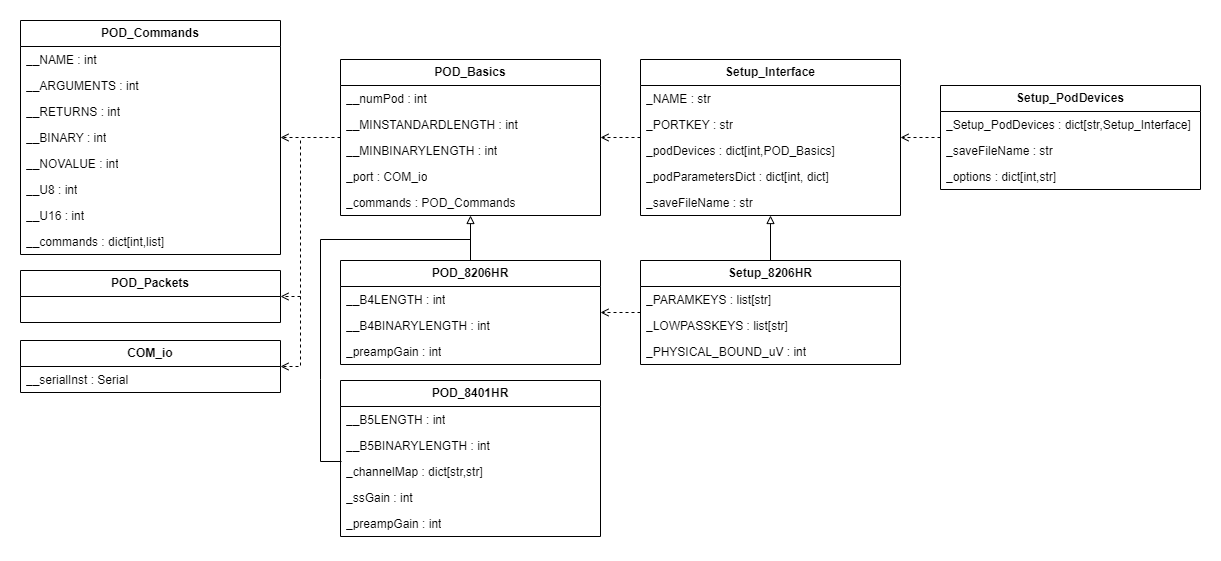
Before: Documents/UML-class-diagram.png, a diagram exported from draw.io (Pinnacle-Technology-Inc/Morelia). Source tidied: cells renumbered, new cells last; positions are measured from the earlier drawing's top-left corner, leaving out a move shared by most shapes.
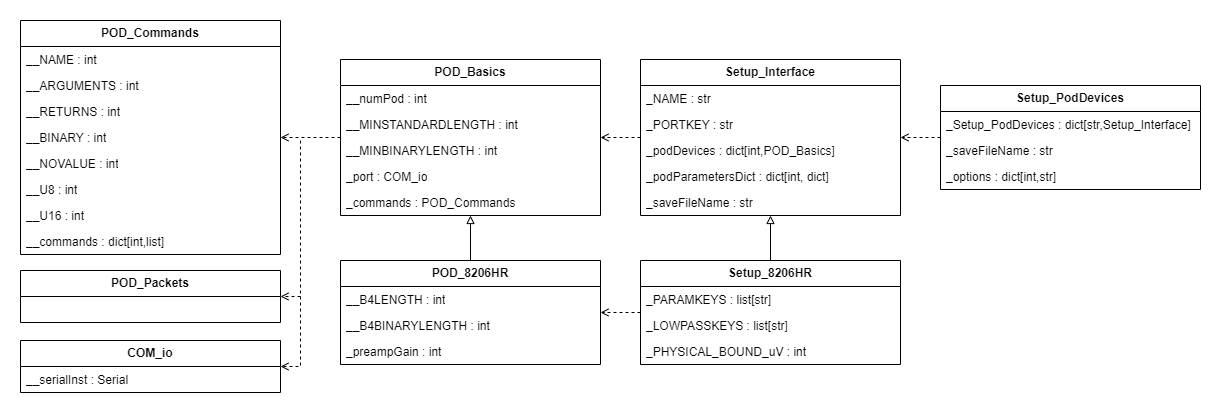
The same diagram one commit later.

The edit, as a diff of the source:
```diff
@@ -3,7 +3,7 @@
     <mxCell id="0" />
     <mxCell id="1" parent="0" />
     <mxCell id="2" style="rounded=0;whiteSpace=wrap;html=1;strokeColor=#FFFFFF;" parent="1" vertex="1">
-      <mxGeometry width="1220" height="560" as="geometry" />
+      <mxGeometry width="1220" height="410" as="geometry" />
     </mxCell>
     <mxCell id="3" value="POD_Basics" style="swimlane;fontStyle=1;horizontal=1;startSize=26;fillColor=none;whiteSpace=wrap;html=1;" parent="1" vertex="1">
       <mxGeometry x="340" y="59" width="260" height="156" as="geometry" />
@@ -50,24 +50,6 @@
     <mxCell id="17" value="__commands : dict[int,list]" style="text;strokeColor=none;fillColor=none;align=left;verticalAlign=top;spacingLeft=4;spacingRight=4;overflow=hidden;whiteSpace=wrap;html=1;" parent="9" vertex="1">
       <mxGeometry y="208" width="260" height="26" as="geometry" />
     </mxCell>
-    <mxCell id="18" value="&lt;b&gt;POD_8401HR&lt;/b&gt;" style="swimlane;fontStyle=0;horizontal=1;startSize=26;fillColor=none;whiteSpace=wrap;html=1;" parent="1" vertex="1">
-      <mxGeometry x="340" y="380" width="260" height="156" as="geometry" />
-    </mxCell>
-    <mxCell id="19" value="__B5LENGTH : int" style="text;strokeColor=none;fillColor=none;align=left;verticalAlign=top;spacingLeft=4;spacingRight=4;overflow=hidden;whiteSpace=wrap;html=1;shadow=1;" parent="18" vertex="1">
-      <mxGeometry y="26" width="260" height="26" as="geometry" />
-    </mxCell>
-    <mxCell id="20" value="__B5BINARYLENGTH : int" style="text;strokeColor=none;fillColor=none;align=left;verticalAlign=top;spacingLeft=4;spacingRight=4;overflow=hidden;points=[[0,0.5],[1,0.5]];portConstraint=eastwest;whiteSpace=wrap;html=1;" parent="18" vertex="1">
-      <mxGeometry y="52" width="260" height="26" as="geometry" />
-    </mxCell>
-    <mxCell id="21" value="_channelMap : dict[str,str]" style="text;strokeColor=none;fillColor=none;align=left;verticalAlign=top;spacingLeft=4;spacingRight=4;overflow=hidden;whiteSpace=wrap;html=1;" parent="18" vertex="1">
-      <mxGeometry y="78" width="260" height="26" as="geometry" />
-    </mxCell>
-    <mxCell id="22" value="_ssGain : int" style="text;strokeColor=none;fillColor=none;align=left;verticalAlign=top;spacingLeft=4;spacingRight=4;overflow=hidden;whiteSpace=wrap;html=1;" parent="18" vertex="1">
-      <mxGeometry y="104" width="260" height="26" as="geometry" />
-    </mxCell>
-    <mxCell id="23" value="_preampGain : int" style="text;strokeColor=none;fillColor=none;align=left;verticalAlign=top;spacingLeft=4;spacingRight=4;overflow=hidden;whiteSpace=wrap;html=1;" parent="18" vertex="1">
-      <mxGeometry y="130" width="260" height="26" as="geometry" />
-    </mxCell>
     <mxCell id="24" value="&lt;b&gt;POD_Packets&lt;/b&gt;" style="swimlane;fontStyle=0;horizontal=1;startSize=26;fillColor=none;whiteSpace=wrap;html=1;" parent="1" vertex="1">
       <mxGeometry x="20" y="270" width="260" height="52" as="geometry" />
     </mxCell>
@@ -137,16 +119,6 @@
     <mxCell id="46" style="endArrow=open;html=1;rounded=0;dashed=1;endFill=0;" parent="1" edge="1" source="3" target="9">
       <mxGeometry relative="1" as="geometry" />
     </mxCell>
-    <mxCell id="47" style="endArrow=none;html=1;rounded=0;endFill=0;exitX=0.004;exitY=1.115;exitDx=0;exitDy=0;exitPerimeter=0;" parent="1" edge="1" source="20">
-      <mxGeometry relative="1" as="geometry">
-        <mxPoint x="470" y="239" as="targetPoint" />
-        <Array as="points">
-          <mxPoint x="320" y="461" />
-          <mxPoint x="320" y="379" />
-          <mxPoint x="320" y="239" />
-        </Array>
-      </mxGeometry>
-    </mxCell>
     <mxCell id="48" value="POD_8206HR" style="swimlane;fontStyle=1;horizontal=1;startSize=26;fillColor=none;whiteSpace=wrap;html=1;" parent="1" vertex="1">
       <mxGeometry x="340" y="260" width="260" height="104" as="geometry" />
     </mxCell>
```
